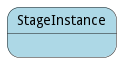
Earlier version of the PlantUML export docs/edgemere/aml/ds/pm/models/stageinstance/statenet.png (madajaju/edgemere).
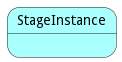
After the change.

Change to the diagram source:
```diff
@@ -2,7 +2,7 @@
 
 
 
-state StageInstance #lightblue {
+state StageInstance #aaffff {
 
 
 
```
